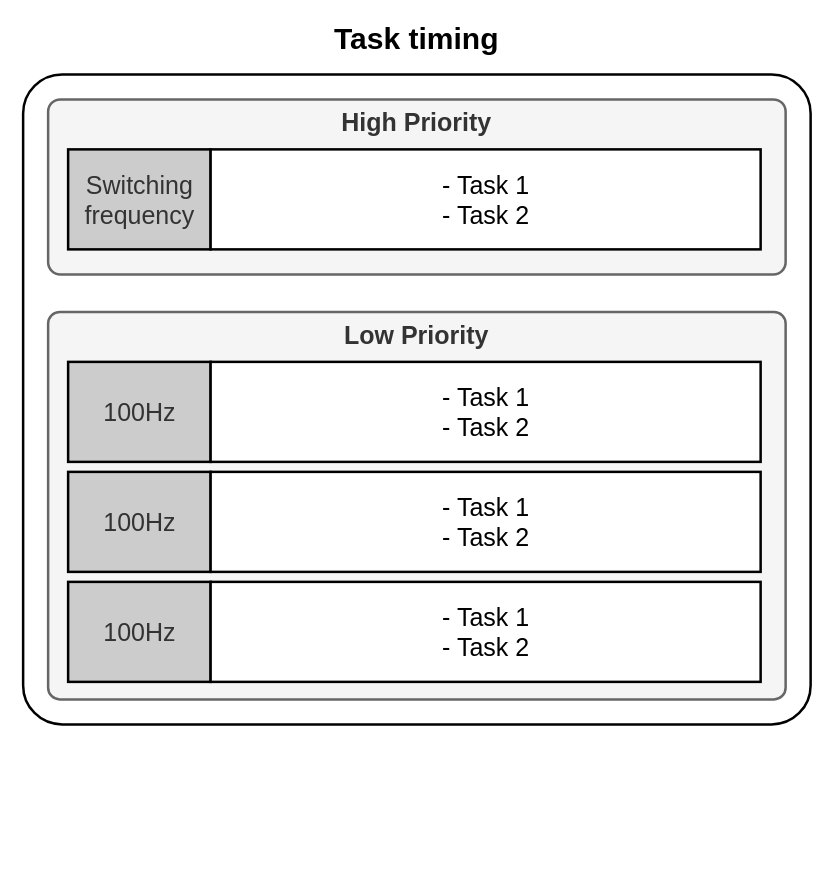
NicolaiFransen/SemesterProjectPED2 keeps this draw.io diagram as Report/Diagrams/TemplateTaskTiming.drawio. Above is the earlier version. Source tidied: cells renumbered, new cells numbered last; positions are measured from the earlier drawing's top-left corner, leaving out a move shared by most shapes. Both pictures are drawn from the tidied source at 125%, with x=0, y=0 at pixel (22, 25).
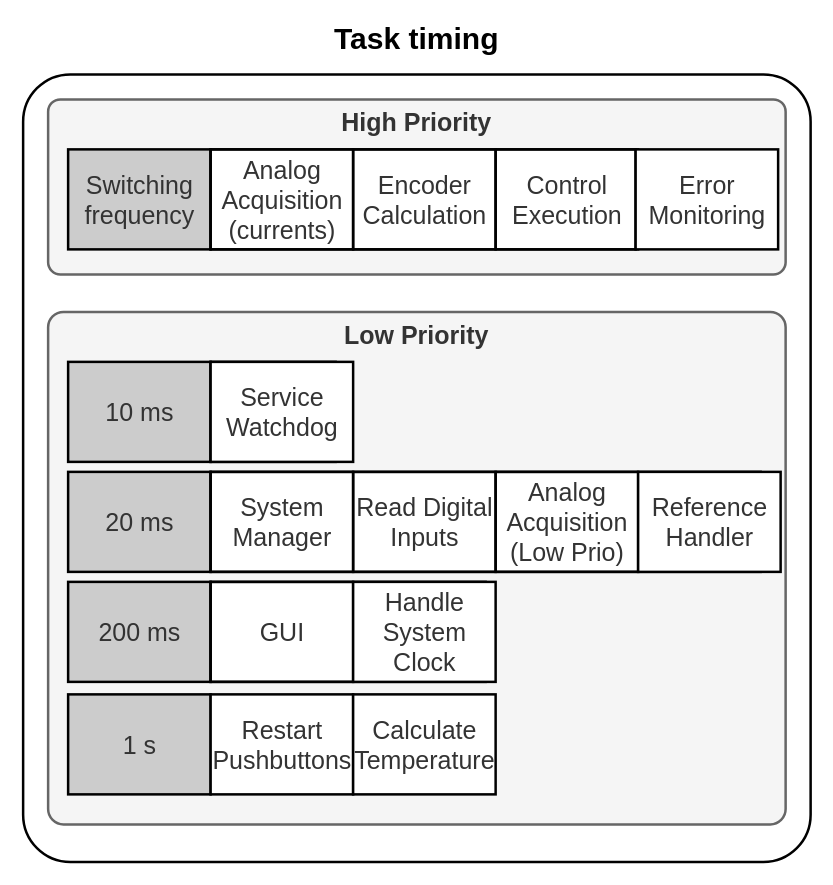
After the change.

Commit message:
First version of Task timing

Change to the diagram source:
```diff
@@
     <mxCell id="2" style="rounded=1;whiteSpace=wrap;html=1;strokeWidth=2;shadow=0;imageAspect=1;arcSize=6;" parent="1" vertex="1">
-      <mxGeometry y="39" width="630" height="520" as="geometry" />
+      <mxGeometry y="39" width="630" height="630" as="geometry" />
     </mxCell>
     <mxCell id="3" value="Low Priority" style="rounded=1;whiteSpace=wrap;html=1;shadow=0;glass=0;comic=0;strokeWidth=2;fillColor=#f5f5f5;strokeColor=#666666;fontColor=#333333;verticalAlign=top;fontSize=20;fontStyle=1;arcSize=3;" parent="1" vertex="1">
-      <mxGeometry x="20" y="229" width="590" height="310" as="geometry" />
+      <mxGeometry x="20" y="229" width="590" height="410" as="geometry" />
     </mxCell>
@@
-    <mxCell id="7" value="&lt;div style=&quot;font-size: 20px&quot;&gt;&lt;font style=&quot;font-size: 20px&quot;&gt;- Task 1&lt;/font&gt;&lt;/div&gt;&lt;div style=&quot;font-size: 20px&quot;&gt;&lt;font style=&quot;font-size: 20px&quot;&gt;- Task 2&lt;br&gt;&lt;/font&gt;&lt;/div&gt;" style="html=1;rounded=0;shadow=0;glass=0;comic=0;strokeColor=#000000;strokeWidth=2;" parent="1" vertex="1">
-      <mxGeometry x="150" y="99" width="440" height="80" as="geometry" />
+    <mxCell id="7" value="&lt;div style=&quot;font-size: 20px&quot;&gt;&lt;br&gt;&lt;/div&gt;" style="html=1;rounded=0;shadow=0;glass=0;comic=0;strokeColor=#000000;strokeWidth=2;" parent="1" vertex="1">
+      <mxGeometry x="150" y="99" width="340" height="80" as="geometry" />
     </mxCell>
-    <mxCell id="8" value="&lt;div style=&quot;font-size: 20px&quot;&gt;&lt;font style=&quot;font-size: 20px&quot;&gt;100Hz&lt;/font&gt;&lt;/div&gt;" style="html=1;rounded=0;shadow=0;glass=0;comic=0;strokeColor=#000000;strokeWidth=2;fillColor=#CCCCCC;fontColor=#333333;" parent="1" vertex="1">
+    <mxCell id="8" value="&lt;div style=&quot;font-size: 20px&quot;&gt;&lt;font style=&quot;font-size: 20px&quot;&gt;10 ms&lt;/font&gt;&lt;/div&gt;" style="html=1;rounded=0;shadow=0;glass=0;comic=0;strokeColor=#000000;strokeWidth=2;fillColor=#CCCCCC;fontColor=#333333;" parent="1" vertex="1">
       <mxGeometry x="36" y="269" width="114" height="80" as="geometry" />
     </mxCell>
-    <mxCell id="9" value="&lt;div style=&quot;font-size: 20px&quot;&gt;&lt;font style=&quot;font-size: 20px&quot;&gt;- Task 1&lt;/font&gt;&lt;/div&gt;&lt;div style=&quot;font-size: 20px&quot;&gt;&lt;font style=&quot;font-size: 20px&quot;&gt;- Task 2&lt;br&gt;&lt;/font&gt;&lt;/div&gt;" style="html=1;rounded=0;shadow=0;glass=0;comic=0;strokeColor=#000000;strokeWidth=2;" parent="1" vertex="1">
-      <mxGeometry x="150" y="269" width="440" height="80" as="geometry" />
+    <mxCell id="9" value="&lt;div style=&quot;font-size: 20px&quot;&gt;&lt;br&gt;&lt;/div&gt;" style="html=1;rounded=0;shadow=0;glass=0;comic=0;strokeColor=#000000;strokeWidth=2;" parent="1" vertex="1">
+      <mxGeometry x="150" y="269" width="100" height="80" as="geometry" />
     </mxCell>
-    <mxCell id="10" value="&lt;div style=&quot;font-size: 20px&quot;&gt;&lt;font style=&quot;font-size: 20px&quot;&gt;100Hz&lt;/font&gt;&lt;/div&gt;" style="html=1;rounded=0;shadow=0;glass=0;comic=0;strokeColor=#000000;strokeWidth=2;fillColor=#CCCCCC;fontColor=#333333;" parent="1" vertex="1">
+    <mxCell id="10" value="&lt;div style=&quot;font-size: 20px&quot;&gt;&lt;font style=&quot;font-size: 20px&quot;&gt;200 ms&lt;/font&gt;&lt;/div&gt;" style="html=1;rounded=0;shadow=0;glass=0;comic=0;strokeColor=#000000;strokeWidth=2;fillColor=#CCCCCC;fontColor=#333333;" parent="1" vertex="1">
       <mxGeometry x="36" y="445" width="114" height="80" as="geometry" />
     </mxCell>
-    <mxCell id="11" value="&lt;div style=&quot;font-size: 20px&quot;&gt;&lt;font style=&quot;font-size: 20px&quot;&gt;- Task 1&lt;/font&gt;&lt;/div&gt;&lt;div style=&quot;font-size: 20px&quot;&gt;&lt;font style=&quot;font-size: 20px&quot;&gt;- Task 2&lt;br&gt;&lt;/font&gt;&lt;/div&gt;" style="html=1;rounded=0;shadow=0;glass=0;comic=0;strokeColor=#000000;strokeWidth=2;" parent="1" vertex="1">
-      <mxGeometry x="150" y="445" width="440" height="80" as="geometry" />
+    <mxCell id="11" value="&lt;div style=&quot;font-size: 20px&quot;&gt;&lt;br&gt;&lt;/div&gt;" style="html=1;rounded=0;shadow=0;glass=0;comic=0;strokeColor=#000000;strokeWidth=2;" parent="1" vertex="1">
+      <mxGeometry x="150" y="445" width="220" height="80" as="geometry" />
     </mxCell>
-    <mxCell id="12" value="&lt;div style=&quot;font-size: 20px&quot;&gt;&lt;font style=&quot;font-size: 20px&quot;&gt;100Hz&lt;/font&gt;&lt;/div&gt;" style="html=1;rounded=0;shadow=0;glass=0;comic=0;strokeColor=#000000;strokeWidth=2;fillColor=#CCCCCC;fontColor=#333333;" parent="1" vertex="1">
+    <mxCell id="12" value="&lt;div style=&quot;font-size: 20px&quot;&gt;20 ms&lt;/div&gt;" style="html=1;rounded=0;shadow=0;glass=0;comic=0;strokeColor=#000000;strokeWidth=2;fillColor=#CCCCCC;fontColor=#333333;" parent="1" vertex="1">
       <mxGeometry x="36" y="357" width="114" height="80" as="geometry" />
     </mxCell>
-    <mxCell id="13" value="&lt;div style=&quot;font-size: 20px&quot;&gt;&lt;font style=&quot;font-size: 20px&quot;&gt;- Task 1&lt;/font&gt;&lt;/div&gt;&lt;div style=&quot;font-size: 20px&quot;&gt;&lt;font style=&quot;font-size: 20px&quot;&gt;- Task 2&lt;br&gt;&lt;/font&gt;&lt;/div&gt;" style="html=1;rounded=0;shadow=0;glass=0;comic=0;strokeColor=#000000;strokeWidth=2;" parent="1" vertex="1">
+    <mxCell id="13" value="&lt;div style=&quot;font-size: 20px&quot;&gt;&lt;br&gt;&lt;/div&gt;" style="html=1;rounded=0;shadow=0;glass=0;comic=0;strokeColor=#000000;strokeWidth=2;" parent="1" vertex="1">
       <mxGeometry x="150" y="357" width="440" height="80" as="geometry" />
     </mxCell>
+    <mxCell id="14" value="&lt;div style=&quot;font-size: 20px&quot;&gt;Analog&lt;/div&gt;&lt;div style=&quot;font-size: 20px&quot;&gt;Acquisition&lt;/div&gt;&lt;div style=&quot;font-size: 20px&quot;&gt;(currents)&lt;/div&gt;" style="html=1;rounded=0;shadow=0;glass=0;comic=0;strokeColor=#000000;strokeWidth=2;fillColor=none;fontColor=#333333;" parent="1" vertex="1">
+      <mxGeometry x="150" y="99" width="114" height="80" as="geometry" />
+    </mxCell>
+    <mxCell id="15" value="&lt;div style=&quot;font-size: 20px&quot;&gt;Encoder&lt;/div&gt;&lt;div style=&quot;font-size: 20px&quot;&gt;Calculation&lt;/div&gt;" style="html=1;rounded=0;shadow=0;glass=0;comic=0;strokeColor=#000000;strokeWidth=2;fillColor=none;fontColor=#333333;" parent="1" vertex="1">
+      <mxGeometry x="264" y="99" width="114" height="80" as="geometry" />
+    </mxCell>
+    <mxCell id="16" value="&lt;div style=&quot;font-size: 20px&quot;&gt;Control&lt;/div&gt;&lt;div style=&quot;font-size: 20px&quot;&gt;Execution&lt;/div&gt;" style="html=1;rounded=0;shadow=0;glass=0;comic=0;strokeColor=#000000;strokeWidth=2;fillColor=none;fontColor=#333333;" parent="1" vertex="1">
+      <mxGeometry x="378" y="99" width="114" height="80" as="geometry" />
+    </mxCell>
+    <mxCell id="17" value="&lt;div style=&quot;font-size: 20px&quot;&gt;Error&lt;/div&gt;&lt;div style=&quot;font-size: 20px&quot;&gt;Monitoring&lt;/div&gt;" style="html=1;rounded=0;shadow=0;glass=0;comic=0;strokeColor=#000000;strokeWidth=2;fillColor=#ffffff;fontColor=#333333;" parent="1" vertex="1">
+      <mxGeometry x="490" y="99" width="114" height="80" as="geometry" />
+    </mxCell>
+    <mxCell id="18" value="&lt;div style=&quot;font-size: 20px&quot;&gt;Service&lt;/div&gt;&lt;div style=&quot;font-size: 20px&quot;&gt;Watchdog&lt;/div&gt;" style="html=1;rounded=0;shadow=0;glass=0;comic=0;strokeColor=#000000;strokeWidth=2;fillColor=#ffffff;fontColor=#333333;" parent="1" vertex="1">
+      <mxGeometry x="150" y="269" width="114" height="80" as="geometry" />
+    </mxCell>
+    <mxCell id="19" value="&lt;div style=&quot;font-size: 20px&quot;&gt;System&lt;/div&gt;&lt;div style=&quot;font-size: 20px&quot;&gt;Manager&lt;/div&gt;" style="html=1;rounded=0;shadow=0;glass=0;comic=0;strokeColor=#000000;strokeWidth=2;fillColor=none;fontColor=#333333;" parent="1" vertex="1">
+      <mxGeometry x="150" y="357" width="114" height="80" as="geometry" />
+    </mxCell>
+    <mxCell id="20" value="&lt;div style=&quot;font-size: 20px&quot;&gt;Read Digital&lt;/div&gt;&lt;div style=&quot;font-size: 20px&quot;&gt;Inputs&lt;/div&gt;" style="html=1;rounded=0;shadow=0;glass=0;comic=0;strokeColor=#000000;strokeWidth=2;fillColor=none;fontColor=#333333;" parent="1" vertex="1">
+      <mxGeometry x="264" y="357" width="114" height="80" as="geometry" />
+    </mxCell>
+    <mxCell id="21" value="&lt;div style=&quot;font-size: 20px&quot;&gt;Analog&lt;/div&gt;&lt;div style=&quot;font-size: 20px&quot;&gt;&lt;span&gt;Acquisition&lt;/span&gt;&lt;/div&gt;&lt;div style=&quot;font-size: 20px&quot;&gt;&lt;span&gt;(Low Prio)&lt;/span&gt;&lt;/div&gt;" style="html=1;rounded=0;shadow=0;glass=0;comic=0;strokeColor=#000000;strokeWidth=2;fillColor=none;fontColor=#333333;" parent="1" vertex="1">
+      <mxGeometry x="378" y="357" width="114" height="80" as="geometry" />
+    </mxCell>
+    <mxCell id="22" value="&lt;div style=&quot;font-size: 20px&quot;&gt;Reference&lt;/div&gt;&lt;div style=&quot;font-size: 20px&quot;&gt;Handler&lt;/div&gt;" style="html=1;rounded=0;shadow=0;glass=0;comic=0;strokeColor=#000000;strokeWidth=2;fillColor=#ffffff;fontColor=#333333;" parent="1" vertex="1">
+      <mxGeometry x="492" y="357" width="114" height="80" as="geometry" />
+    </mxCell>
+    <mxCell id="23" value="&lt;div style=&quot;font-size: 20px&quot;&gt;GUI&lt;/div&gt;" style="html=1;rounded=0;shadow=0;glass=0;comic=0;strokeColor=#000000;strokeWidth=2;fillColor=none;fontColor=#333333;" parent="1" vertex="1">
+      <mxGeometry x="150" y="445" width="114" height="80" as="geometry" />
+    </mxCell>
+    <mxCell id="24" value="&lt;div style=&quot;font-size: 20px&quot;&gt;Handle&lt;/div&gt;&lt;div style=&quot;font-size: 20px&quot;&gt;System&lt;/div&gt;&lt;div style=&quot;font-size: 20px&quot;&gt;Clock&lt;/div&gt;" style="html=1;rounded=0;shadow=0;glass=0;comic=0;strokeColor=#000000;strokeWidth=2;fillColor=#ffffff;fontColor=#333333;" parent="1" vertex="1">
+      <mxGeometry x="264" y="445" width="114" height="80" as="geometry" />
+    </mxCell>
+    <mxCell id="25" value="&lt;div style=&quot;font-size: 20px&quot;&gt;&lt;font style=&quot;font-size: 20px&quot;&gt;1 s&lt;/font&gt;&lt;/div&gt;" style="html=1;rounded=0;shadow=0;glass=0;comic=0;strokeColor=#000000;strokeWidth=2;fillColor=#CCCCCC;fontColor=#333333;" parent="1" vertex="1">
+      <mxGeometry x="36" y="535" width="114" height="80" as="geometry" />
+    </mxCell>
+    <mxCell id="26" value="&lt;div style=&quot;font-size: 20px&quot;&gt;Restart&lt;/div&gt;&lt;div style=&quot;font-size: 20px&quot;&gt;Pushbuttons&lt;/div&gt;" style="html=1;rounded=0;shadow=0;glass=0;comic=0;strokeColor=#000000;strokeWidth=2;fillColor=#ffffff;fontColor=#333333;" parent="1" vertex="1">
+      <mxGeometry x="150" y="535" width="114" height="80" as="geometry" />
+    </mxCell>
+    <mxCell id="27" value="&lt;div style=&quot;font-size: 20px&quot;&gt;Calculate&lt;/div&gt;&lt;div style=&quot;font-size: 20px&quot;&gt;Temperature&lt;/div&gt;" style="html=1;rounded=0;shadow=0;glass=0;comic=0;strokeColor=#000000;strokeWidth=2;fillColor=#ffffff;fontColor=#333333;" parent="1" vertex="1">
+      <mxGeometry x="264" y="535" width="114" height="80" as="geometry" />
+    </mxCell>
```
